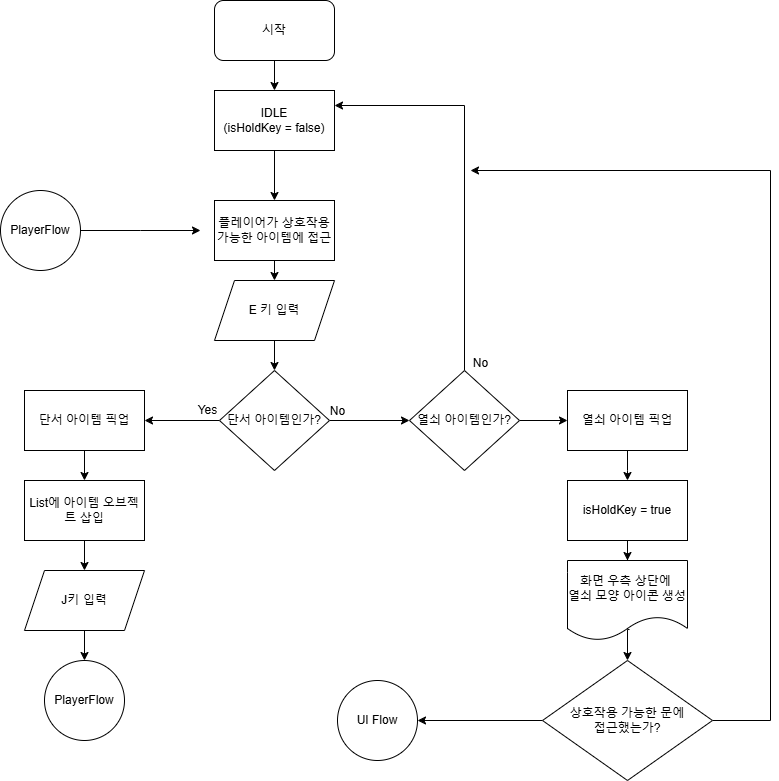
Above: FlowChart/ItemFlow.drawio.png in shin0624/Studio_Chosun_Heresis (draw.io), before the change. Source tidied: cells renumbered, new cells last; positions are measured from the earlier drawing's top-left corner, leaving out a move shared by most shapes.
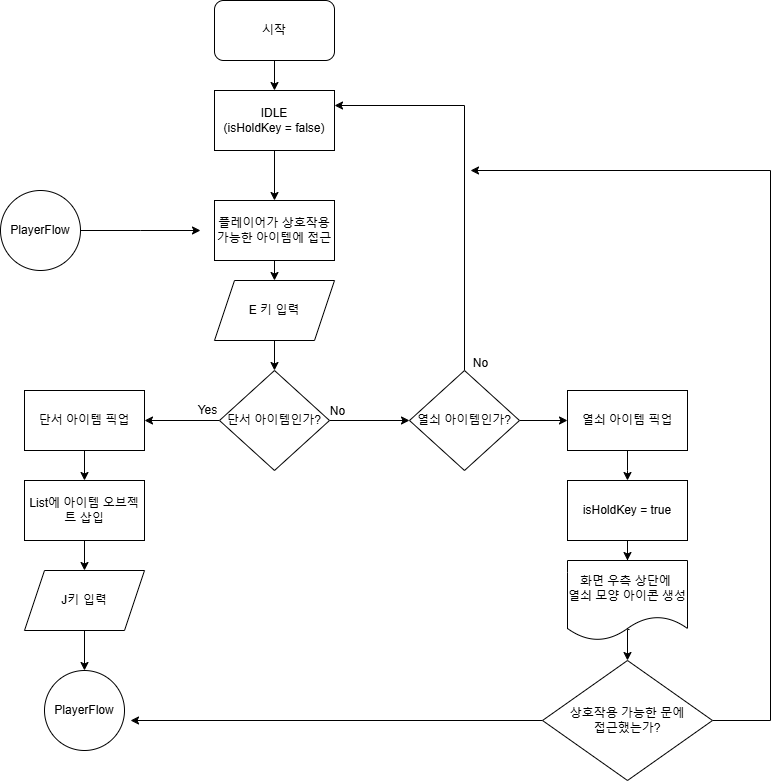
Above is the later version.

Commit message:
아이템 상호작용 플로우차트

Change to the diagram source:
```diff
@@ -58,7 +58,7 @@
       <mxGeometry x="24" y="570" width="120" height="60" as="geometry" />
     </mxCell>
     <mxCell id="19" value="PlayerFlow" style="ellipse;whiteSpace=wrap;html=1;" parent="1" vertex="1">
-      <mxGeometry x="44" y="660" width="80" height="80" as="geometry" />
+      <mxGeometry x="44" y="670" width="80" height="80" as="geometry" />
     </mxCell>
     <mxCell id="20" value="Yes" style="text;html=1;align=center;verticalAlign=middle;strokeColor=none;fillColor=none;" parent="1" vertex="1">
       <mxGeometry x="187" y="395" width="40" height="30" as="geometry" />
@@ -121,14 +121,13 @@
         </Array>
       </mxGeometry>
     </mxCell>
-    <mxCell id="35" style="edgeStyle=orthogonalEdgeStyle;rounded=0;jettySize=auto;html=1;" parent="1" edge="1" source="36" target="37">
-      <mxGeometry relative="1" as="geometry" />
-    </mxCell>
+    <mxCell id="38" style="edgeStyle=orthogonalEdgeStyle;rounded=0;jettySize=auto;html=1;" parent="1" edge="1" source="36">
+      <mxGeometry relative="1" as="geometry">
+        <mxPoint x="130" y="720" as="targetPoint" />
+      </mxGeometry>
+    </mxCell>
     <mxCell id="36" value="상호작용 가능한 문에&lt;div&gt;접근했는가?&lt;/div&gt;" style="rhombus;whiteSpace=wrap;html=1;" parent="1" vertex="1">
       <mxGeometry x="542" y="660" width="170" height="120" as="geometry" />
     </mxCell>
-    <mxCell id="37" value="UI Flow" style="ellipse;whiteSpace=wrap;html=1;" parent="1" vertex="1">
-      <mxGeometry x="337" y="680" width="80" height="80" as="geometry" />
-    </mxCell>
   </root>
 </mxGraphModel>
```
